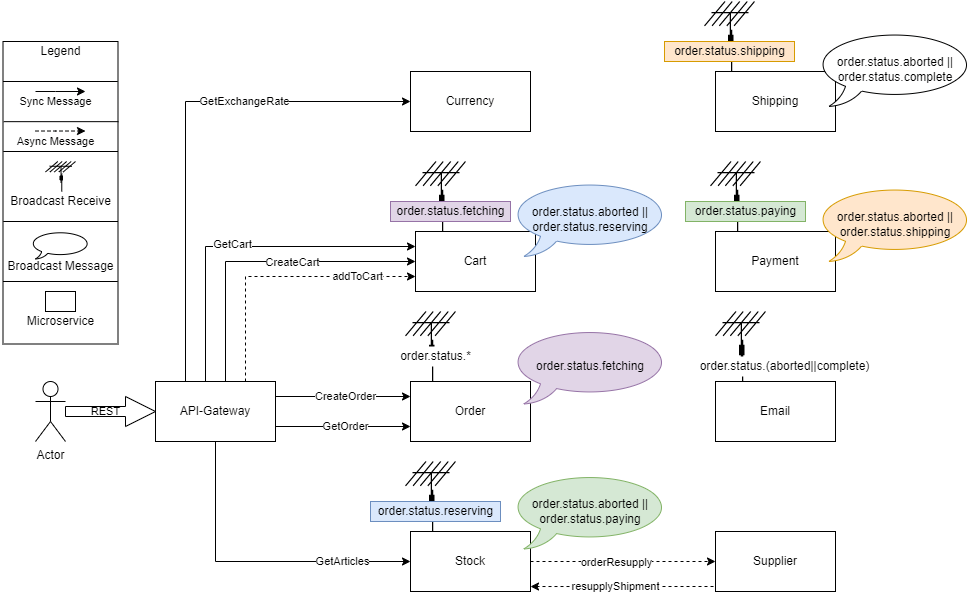
Earlier version of the draw.io export assets/ServicesMessages.png (Tobias-Pe/microservices-error-handling). Source tidied: cells renumbered, new cells last; positions are measured from the earlier drawing's top-left corner, leaving out a move shared by most shapes.
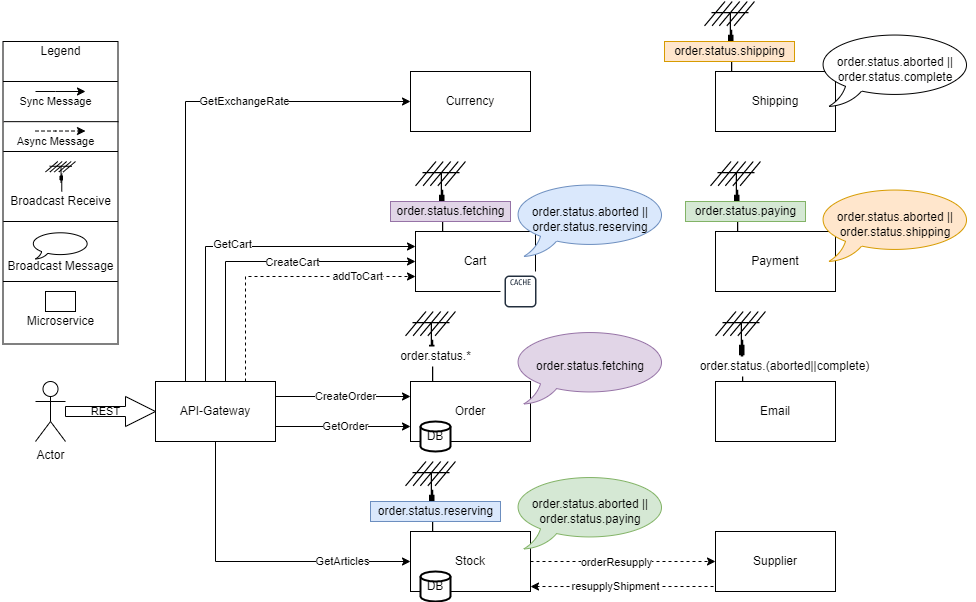
After the commit.

Commit message:
:bento: add dataholding

Diff of the diagram source:
```diff
@@ -225,5 +225,14 @@
         <mxPoint x="117.3" y="280" as="targetPoint" />
       </mxGeometry>
     </mxCell>
+    <mxCell id="59" style="sketch=0;fontColor=#232F3E;gradientColor=none;strokeColor=#232F3E;fillColor=#ffffff;dashed=0;verticalLabelPosition=bottom;verticalAlign=top;align=center;html=1;fontSize=12;fontStyle=0;shape=mxgraph.aws4.resourceIcon;resIcon=mxgraph.aws4.cache_node;" parent="1" vertex="1">
+      <mxGeometry x="500" y="270" width="40" height="40" as="geometry" />
+    </mxCell>
+    <mxCell id="60" value="DB" style="strokeWidth=2;html=1;shape=mxgraph.flowchart.database;whiteSpace=wrap;" parent="1" vertex="1">
+      <mxGeometry x="420" y="420" width="30" height="30" as="geometry" />
+    </mxCell>
+    <mxCell id="61" value="DB" style="strokeWidth=2;html=1;shape=mxgraph.flowchart.database;whiteSpace=wrap;" parent="1" vertex="1">
+      <mxGeometry x="420" y="570" width="30" height="30" as="geometry" />
+    </mxCell>
   </root>
 </mxGraphModel>
```
